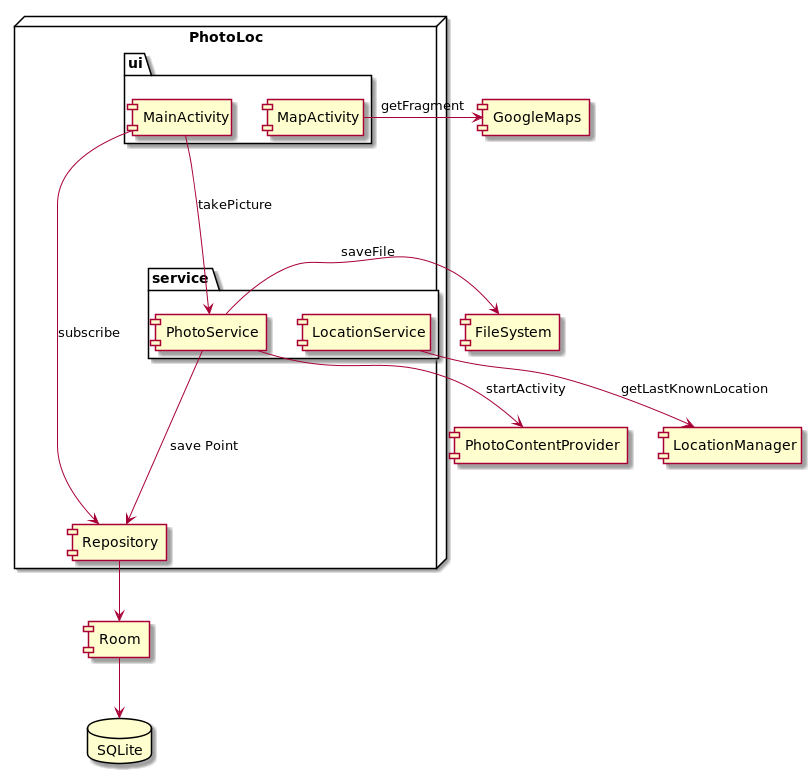
Before: spec/archi.png, a diagram exported from PlantUML (ISTIC-M2-ILa-GM/PhotoLoc). Source of this version:
```plantuml
@startuml
database SQLite as sql
component Room as r
component GoogleMaps as goog
component PhotoContentProvider as cp
component LocationManager as lm
component FileSystem as fs
node PhotoLoc as pl {
    component Repository as rep

    package ui {
        component MapActivity as map
        component MainActivity as main
    }
    package service {
        component PhotoService as ps
        component LocationService as ls
    }
}
ps --> rep:save Point
rep --> r
r --> sql
map -> goog: getFragment
ps --> cp: startActivity
ls --> lm: getLastKnownLocation
main --> ps: takePicture
main --> rep: subscribe
ps -> fs: saveFile
@enduml
```
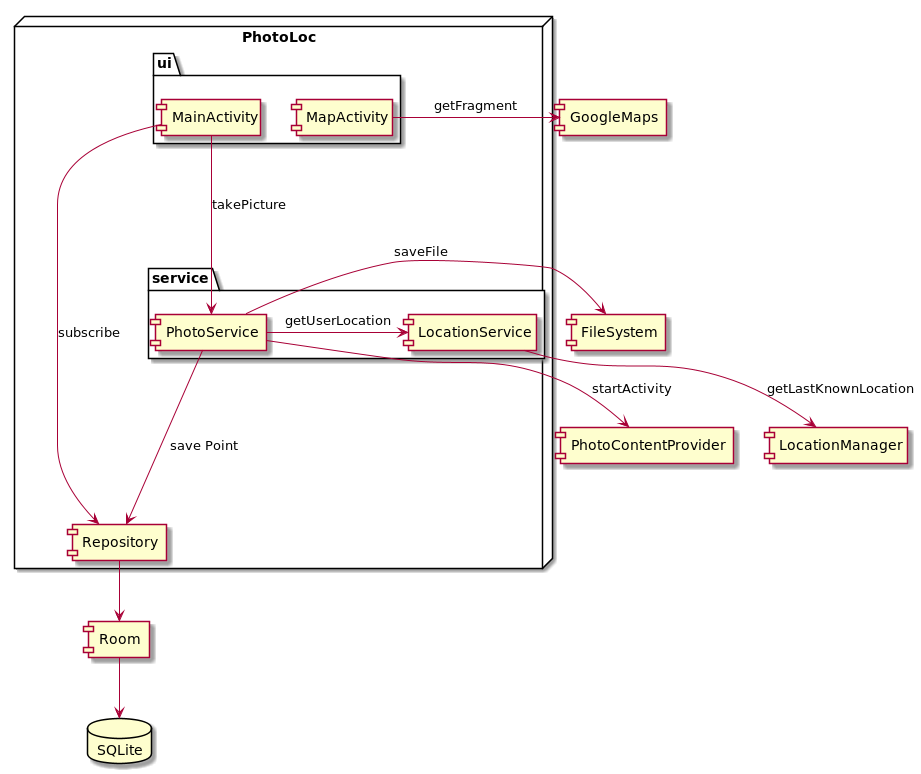
After the commit.

Commit message:
corrected archi

Diff of the diagram source:
```diff
@@ -26,4 +26,5 @@
 main --> ps: takePicture
 main --> rep: subscribe
 ps -> fs: saveFile
+ps -> ls: getUserLocation
 @enduml
```
